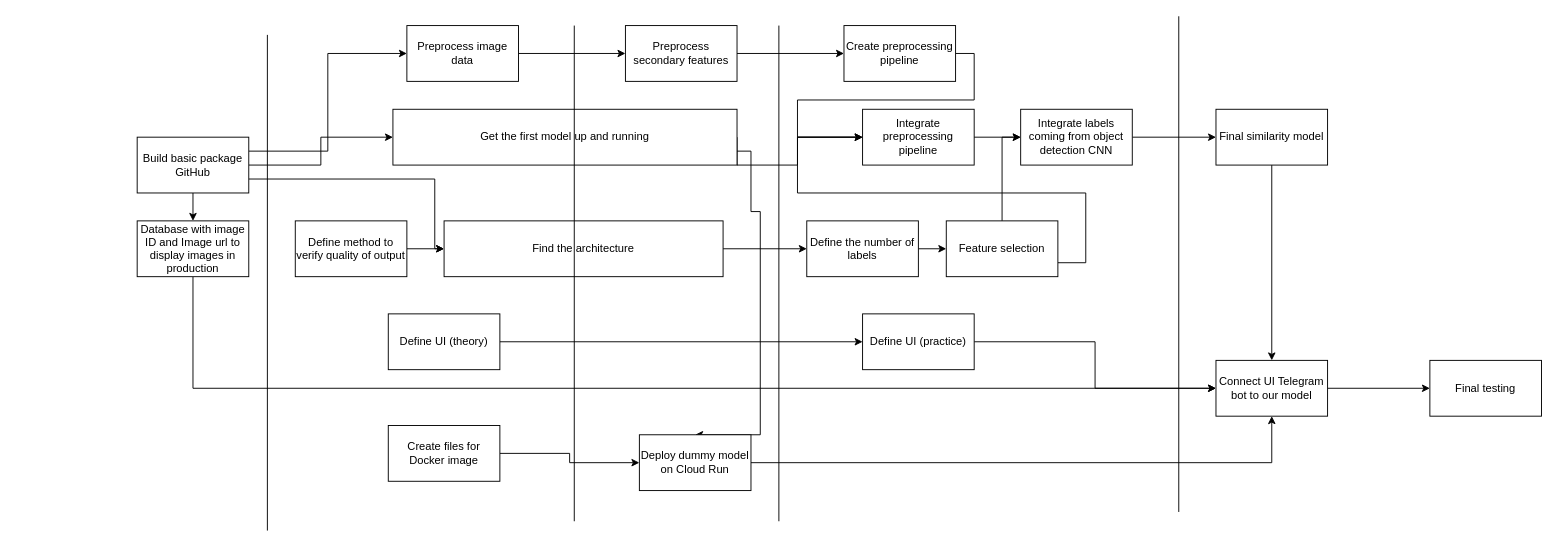
Earlier version of the draw.io diagram Project Flowchart.drawio (seve-26/vincentvanbot). Source tidied: cells renumbered, new cells numbered last; positions are measured from the earlier drawing's top-left corner, leaving out a move shared by most shapes. Both pictures are drawn from the tidied source at 93%, with x=0, y=0 at pixel (137, 16).
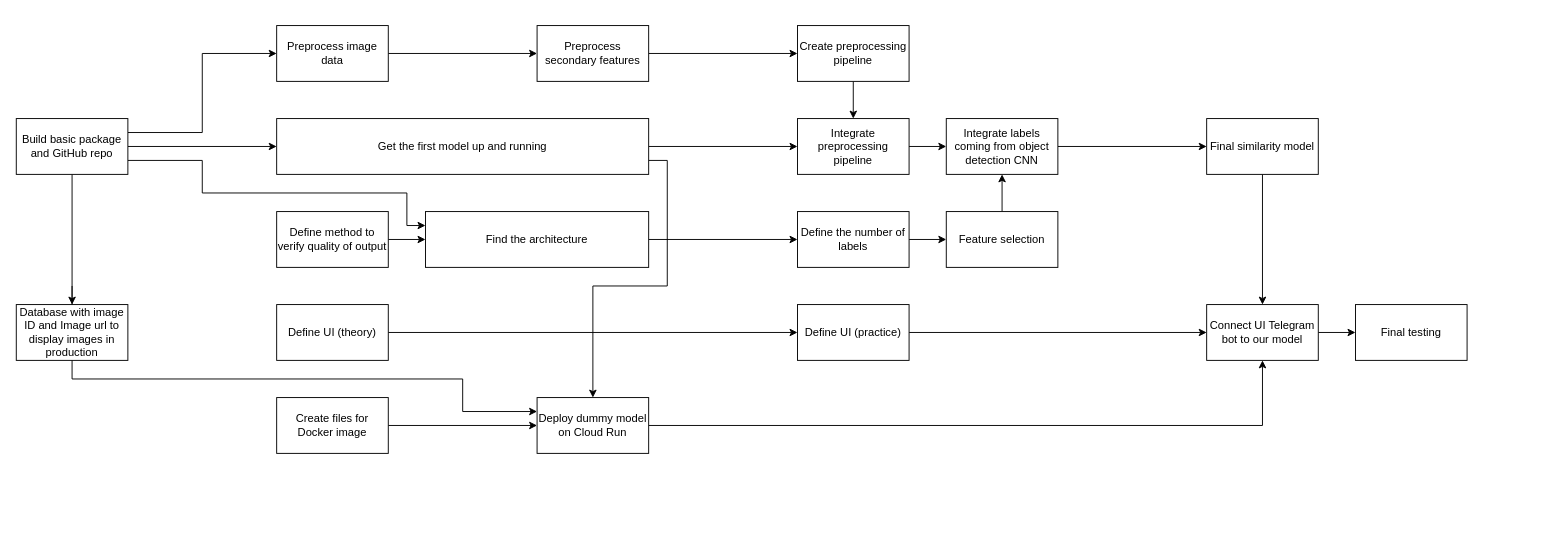
After the change.

Change to the diagram source:
```diff
@@
-    <mxCell id="2" style="edgeStyle=orthogonalEdgeStyle;rounded=0;jettySize=auto;html=1;exitX=0.5;exitY=1;exitDx=0;exitDy=0;entryX=0;entryY=0.5;entryDx=0;entryDy=0;" parent="1" edge="1" source="3" target="33">
-      <mxGeometry relative="1" as="geometry">
-        <Array as="points">
-          <mxPoint x="60" y="400" />
-        </Array>
-      </mxGeometry>
-    </mxCell>
+    <mxCell id="48" style="edgeStyle=orthogonalEdgeStyle;rounded=0;jettySize=auto;html=1;entryX=0;entryY=0.25;entryDx=0;entryDy=0;" parent="1" edge="1" target="31">
+      <mxGeometry relative="1" as="geometry">
+        <mxPoint x="-70" y="290" as="sourcePoint" />
+        <Array as="points">
+          <mxPoint x="-70" y="390" />
+          <mxPoint x="350" y="390" />
+          <mxPoint x="350" y="425" />
+        </Array>
+      </mxGeometry>
+    </mxCell>
     <mxCell id="3" value="Database with image ID and Image url to display images in production" style="rounded=0;whiteSpace=wrap;html=1;" parent="1" vertex="1">
-      <mxGeometry y="220" width="120" height="60" as="geometry" />
+      <mxGeometry x="-130" y="310" width="120" height="60" as="geometry" />
     </mxCell>
@@
     <mxCell id="5" value="Preprocess image data" style="rounded=0;whiteSpace=wrap;html=1;" parent="1" vertex="1">
-      <mxGeometry x="290" y="10" width="120" height="60" as="geometry" />
+      <mxGeometry x="150" y="10" width="120" height="60" as="geometry" />
     </mxCell>
@@
     <mxCell id="7" value="Preprocess secondary features" style="rounded=0;whiteSpace=wrap;html=1;" parent="1" vertex="1">
-      <mxGeometry x="525" y="10" width="120" height="60" as="geometry" />
+      <mxGeometry x="430" y="10" width="120" height="60" as="geometry" />
     </mxCell>
-    <mxCell id="8" style="edgeStyle=orthogonalEdgeStyle;rounded=0;jettySize=auto;html=1;exitX=1;exitY=0.5;exitDx=0;exitDy=0;entryX=0;entryY=0.5;entryDx=0;entryDy=0;" parent="1" edge="1" source="9" target="22">
-      <mxGeometry relative="1" as="geometry">
-        <Array as="points">
-          <mxPoint x="900" y="40" />
-          <mxPoint x="900" y="90" />
-          <mxPoint x="710" y="90" />
-          <mxPoint x="710" y="130" />
-        </Array>
-      </mxGeometry>
+    <mxCell id="8" style="edgeStyle=orthogonalEdgeStyle;rounded=0;jettySize=auto;html=1;exitX=0.5;exitY=1;exitDx=0;exitDy=0;entryX=0.5;entryY=0;entryDx=0;entryDy=0;" parent="1" edge="1" source="9" target="22">
+      <mxGeometry relative="1" as="geometry" />
     </mxCell>
     <mxCell id="9" value="Create preprocessing pipeline" style="rounded=0;whiteSpace=wrap;html=1;" parent="1" vertex="1">
-      <mxGeometry x="760" y="10" width="120" height="60" as="geometry" />
+      <mxGeometry x="710" y="10" width="120" height="60" as="geometry" />
     </mxCell>
@@
     <mxCell id="11" value="Define the number of labels" style="rounded=0;whiteSpace=wrap;html=1;" parent="1" vertex="1">
-      <mxGeometry x="720" y="220" width="120" height="60" as="geometry" />
+      <mxGeometry x="710" y="210" width="120" height="60" as="geometry" />
     </mxCell>
-    <mxCell id="12" style="edgeStyle=orthogonalEdgeStyle;rounded=0;jettySize=auto;html=1;exitX=1;exitY=0.75;exitDx=0;exitDy=0;entryX=0;entryY=0.5;entryDx=0;entryDy=0;" parent="1" edge="1" source="14" target="22">
-      <mxGeometry relative="1" as="geometry">
-        <Array as="points">
-          <mxPoint x="1020" y="265" />
-          <mxPoint x="1020" y="190" />
-          <mxPoint x="710" y="190" />
-          <mxPoint x="710" y="130" />
-        </Array>
-      </mxGeometry>
-    </mxCell>
-    <mxCell id="13" style="edgeStyle=orthogonalEdgeStyle;rounded=0;jettySize=auto;html=1;exitX=0.5;exitY=0;exitDx=0;exitDy=0;entryX=0;entryY=0.5;entryDx=0;entryDy=0;" parent="1" edge="1" source="14" target="42">
-      <mxGeometry relative="1" as="geometry">
-        <Array as="points">
-          <mxPoint x="930" y="130" />
-        </Array>
-      </mxGeometry>
+    <mxCell id="13" style="edgeStyle=orthogonalEdgeStyle;rounded=0;jettySize=auto;html=1;exitX=0.5;exitY=0;exitDx=0;exitDy=0;entryX=0.5;entryY=1;entryDx=0;entryDy=0;" parent="1" edge="1" source="14" target="42">
+      <mxGeometry relative="1" as="geometry" />
     </mxCell>
     <mxCell id="14" value="Feature selection" style="rounded=0;whiteSpace=wrap;html=1;" parent="1" vertex="1">
-      <mxGeometry x="870" y="220" width="120" height="60" as="geometry" />
+      <mxGeometry x="870" y="210" width="120" height="60" as="geometry" />
     </mxCell>
@@
     <mxCell id="16" value="Find the architecture" style="rounded=0;whiteSpace=wrap;html=1;" parent="1" vertex="1">
-      <mxGeometry x="330" y="220" width="300" height="60" as="geometry" />
+      <mxGeometry x="310" y="210" width="240" height="60" as="geometry" />
     </mxCell>
     <mxCell id="17" style="edgeStyle=orthogonalEdgeStyle;rounded=0;jettySize=auto;html=1;exitX=1;exitY=0.5;exitDx=0;exitDy=0;entryX=0;entryY=0.5;entryDx=0;entryDy=0;" parent="1" edge="1" source="18" target="16">
-      <mxGeometry relative="1" as="geometry">
-        <Array as="points">
-          <mxPoint x="320" y="250" />
-          <mxPoint x="320" y="250" />
-        </Array>
-      </mxGeometry>
+      <mxGeometry relative="1" as="geometry" />
     </mxCell>
     <mxCell id="18" value="Define method to verify quality of output" style="rounded=0;whiteSpace=wrap;html=1;" parent="1" vertex="1">
-      <mxGeometry x="170" y="220" width="120" height="60" as="geometry" />
+      <mxGeometry x="150" y="210" width="120" height="60" as="geometry" />
     </mxCell>
     <mxCell id="19" style="edgeStyle=orthogonalEdgeStyle;rounded=0;jettySize=auto;html=1;exitX=1;exitY=0.75;exitDx=0;exitDy=0;entryX=0.5;entryY=0;entryDx=0;entryDy=0;" parent="1" edge="1" source="21" target="31">
-      <mxGeometry relative="1" as="geometry">
-        <Array as="points">
-          <mxPoint x="660" y="145" />
-          <mxPoint x="660" y="210" />
-          <mxPoint x="670" y="210" />
-          <mxPoint x="670" y="450" />
-        </Array>
-      </mxGeometry>
+      <mxGeometry relative="1" as="geometry" />
     </mxCell>
     <mxCell id="20" style="edgeStyle=orthogonalEdgeStyle;rounded=0;jettySize=auto;html=1;exitX=1;exitY=0.5;exitDx=0;exitDy=0;entryX=0;entryY=0.5;entryDx=0;entryDy=0;" parent="1" edge="1" source="21" target="22">
-      <mxGeometry relative="1" as="geometry">
-        <Array as="points">
-          <mxPoint x="645" y="160" />
-          <mxPoint x="710" y="160" />
-          <mxPoint x="710" y="130" />
-        </Array>
-      </mxGeometry>
+      <mxGeometry relative="1" as="geometry" />
     </mxCell>
     <mxCell id="21" value="Get the first model up and running" style="rounded=0;whiteSpace=wrap;html=1;" parent="1" vertex="1">
-      <mxGeometry x="275" y="100" width="370" height="60" as="geometry" />
+      <mxGeometry x="150" y="110" width="400" height="60" as="geometry" />
     </mxCell>
     <mxCell id="22" value="Integrate preprocessing pipeline" style="rounded=0;whiteSpace=wrap;html=1;" parent="1" vertex="1">
-      <mxGeometry x="780" y="100" width="120" height="60" as="geometry" />
+      <mxGeometry x="710" y="110" width="120" height="60" as="geometry" />
     </mxCell>
@@
+    <mxCell id="26" style="edgeStyle=orthogonalEdgeStyle;rounded=0;jettySize=auto;html=1;exitX=1;exitY=0.5;exitDx=0;exitDy=0;entryX=0;entryY=0.5;entryDx=0;entryDy=0;" parent="1" edge="1" source="27" target="21">
+      <mxGeometry relative="1" as="geometry" />
+    </mxCell>
-    <mxCell id="25" style="edgeStyle=orthogonalEdgeStyle;rounded=0;jettySize=auto;html=1;exitX=1;exitY=0.75;exitDx=0;exitDy=0;entryX=0;entryY=0.5;entryDx=0;entryDy=0;" parent="1" edge="1" source="27" target="16">
+    <mxCell id="25" style="edgeStyle=orthogonalEdgeStyle;rounded=0;jettySize=auto;html=1;exitX=1;exitY=0.75;exitDx=0;exitDy=0;entryX=0;entryY=0.25;entryDx=0;entryDy=0;" parent="1" edge="1" source="27" target="16">
       <mxGeometry relative="1" as="geometry">
         <Array as="points">
-          <mxPoint x="320" y="175" />
-          <mxPoint x="320" y="250" />
+          <mxPoint x="70" y="155" />
+          <mxPoint x="70" y="190" />
+          <mxPoint x="290" y="190" />
+          <mxPoint x="290" y="225" />
         </Array>
       </mxGeometry>
     </mxCell>
-    <mxCell id="26" style="edgeStyle=orthogonalEdgeStyle;rounded=0;jettySize=auto;html=1;exitX=1;exitY=0.5;exitDx=0;exitDy=0;entryX=0;entryY=0.5;entryDx=0;entryDy=0;" parent="1" edge="1" source="27" target="21">
-      <mxGeometry relative="1" as="geometry" />
-    </mxCell>
-    <mxCell id="27" value="Build basic package GitHub" style="rounded=0;whiteSpace=wrap;html=1;" parent="1" vertex="1">
-      <mxGeometry y="130" width="120" height="60" as="geometry" />
+    <mxCell id="27" value="Build basic package and GitHub repo" style="rounded=0;whiteSpace=wrap;html=1;" parent="1" vertex="1">
+      <mxGeometry x="-130" y="110" width="120" height="60" as="geometry" />
     </mxCell>
@@
     <mxCell id="29" value="Define UI (theory)" style="rounded=0;whiteSpace=wrap;html=1;" parent="1" vertex="1">
-      <mxGeometry x="270" y="320" width="120" height="60" as="geometry" />
+      <mxGeometry x="150" y="310" width="120" height="60" as="geometry" />
     </mxCell>
@@
     <mxCell id="31" value="Deploy dummy model on Cloud Run" style="rounded=0;whiteSpace=wrap;html=1;" parent="1" vertex="1">
-      <mxGeometry x="540" y="450" width="120" height="60" as="geometry" />
+      <mxGeometry x="430" y="410" width="120" height="60" as="geometry" />
     </mxCell>
@@
     <mxCell id="33" value="Connect UI Telegram bot to our model" style="rounded=0;whiteSpace=wrap;html=1;" parent="1" vertex="1">
-      <mxGeometry x="1160" y="370" width="120" height="60" as="geometry" />
+      <mxGeometry x="1150" y="310" width="120" height="60" as="geometry" />
     </mxCell>
     <mxCell id="34" value="Final testing" style="rounded=0;whiteSpace=wrap;html=1;" parent="1" vertex="1">
-      <mxGeometry x="1390" y="370" width="120" height="60" as="geometry" />
+      <mxGeometry x="1310" y="310" width="120" height="60" as="geometry" />
     </mxCell>
@@
     <mxCell id="36" value="Create files for Docker image" style="rounded=0;whiteSpace=wrap;html=1;" parent="1" vertex="1">
-      <mxGeometry x="270" y="440" width="120" height="60" as="geometry" />
+      <mxGeometry x="150" y="410" width="120" height="60" as="geometry" />
     </mxCell>
@@
     <mxCell id="38" value="Final similarity model" style="rounded=0;whiteSpace=wrap;html=1;" parent="1" vertex="1">
-      <mxGeometry x="1160" y="100" width="120" height="60" as="geometry" />
+      <mxGeometry x="1150" y="110" width="120" height="60" as="geometry" />
     </mxCell>
@@
     <mxCell id="40" value="Define UI (practice)" style="rounded=0;whiteSpace=wrap;html=1;" parent="1" vertex="1">
-      <mxGeometry x="780" y="320" width="120" height="60" as="geometry" />
+      <mxGeometry x="710" y="310" width="120" height="60" as="geometry" />
     </mxCell>
@@
     <mxCell id="42" value="Integrate labels coming from object detection CNN" style="rounded=0;whiteSpace=wrap;html=1;" parent="1" vertex="1">
-      <mxGeometry x="950" y="100" width="120" height="60" as="geometry" />
+      <mxGeometry x="870" y="110" width="120" height="60" as="geometry" />
     </mxCell>
@@
-    <mxCell id="44" style="endArrow=none;html=1;" parent="1" edge="1">
-      <mxGeometry relative="1" as="geometry">
-        <mxPoint x="140" y="20" as="sourcePoint" />
-        <mxPoint x="140" y="553" as="targetPoint" />
-      </mxGeometry>
-    </mxCell>
-    <mxCell id="45" style="endArrow=none;html=1;" parent="1" edge="1">
-      <mxGeometry relative="1" as="geometry">
-        <mxPoint x="470" y="10" as="sourcePoint" />
-        <mxPoint x="470" y="543" as="targetPoint" />
-      </mxGeometry>
-    </mxCell>
-    <mxCell id="46" style="endArrow=none;html=1;" parent="1" edge="1">
-      <mxGeometry relative="1" as="geometry">
-        <mxPoint x="690" y="10" as="sourcePoint" />
-        <mxPoint x="690" y="543" as="targetPoint" />
-      </mxGeometry>
-    </mxCell>
-    <mxCell id="47" style="endArrow=none;html=1;" parent="1" edge="1">
-      <mxGeometry relative="1" as="geometry">
-        <mxPoint x="1120" as="sourcePoint" />
-        <mxPoint x="1120" y="533" as="targetPoint" />
-      </mxGeometry>
-    </mxCell>
```
